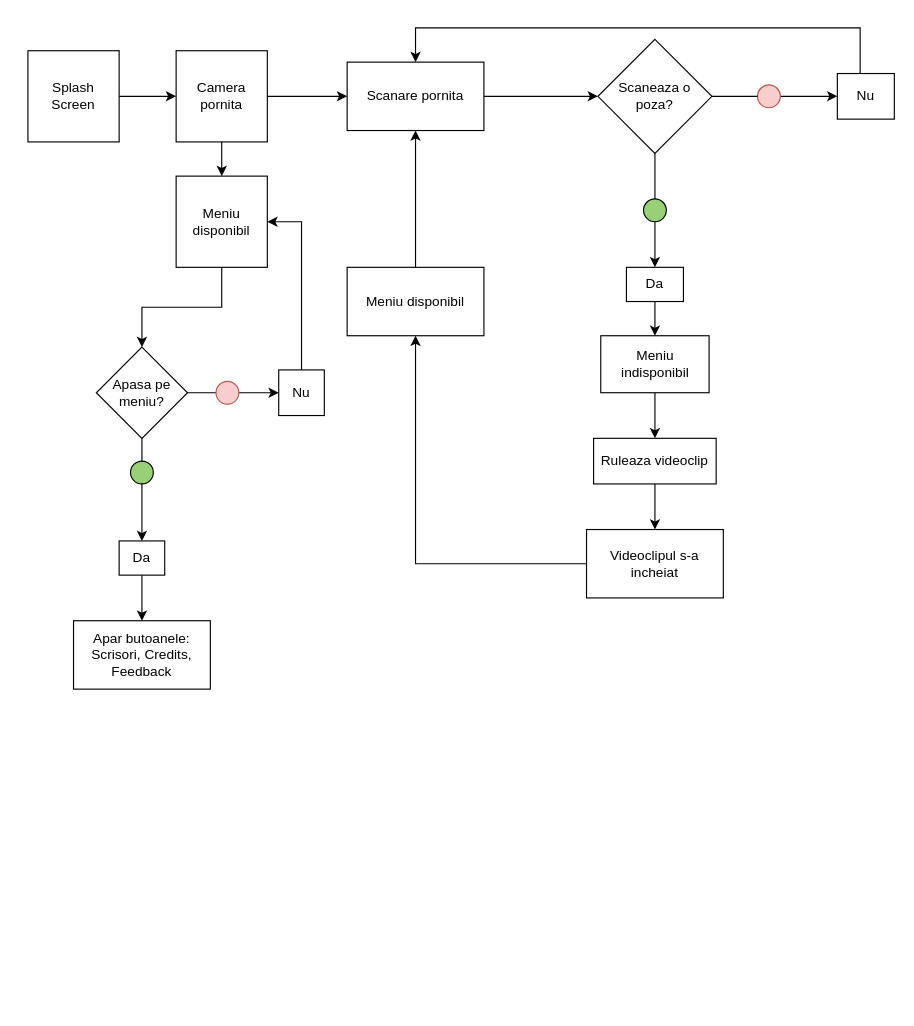
Above: AppLogic Schema.drawio in pNk787/pNk787 (draw.io), before the change. Source tidied: cells renumbered, new cells numbered last; positions are measured from the earlier drawing's top-left corner, leaving out a move shared by most shapes. Both pictures are drawn from the tidied source at 114%, with x=0, y=0 at pixel (27, 27).
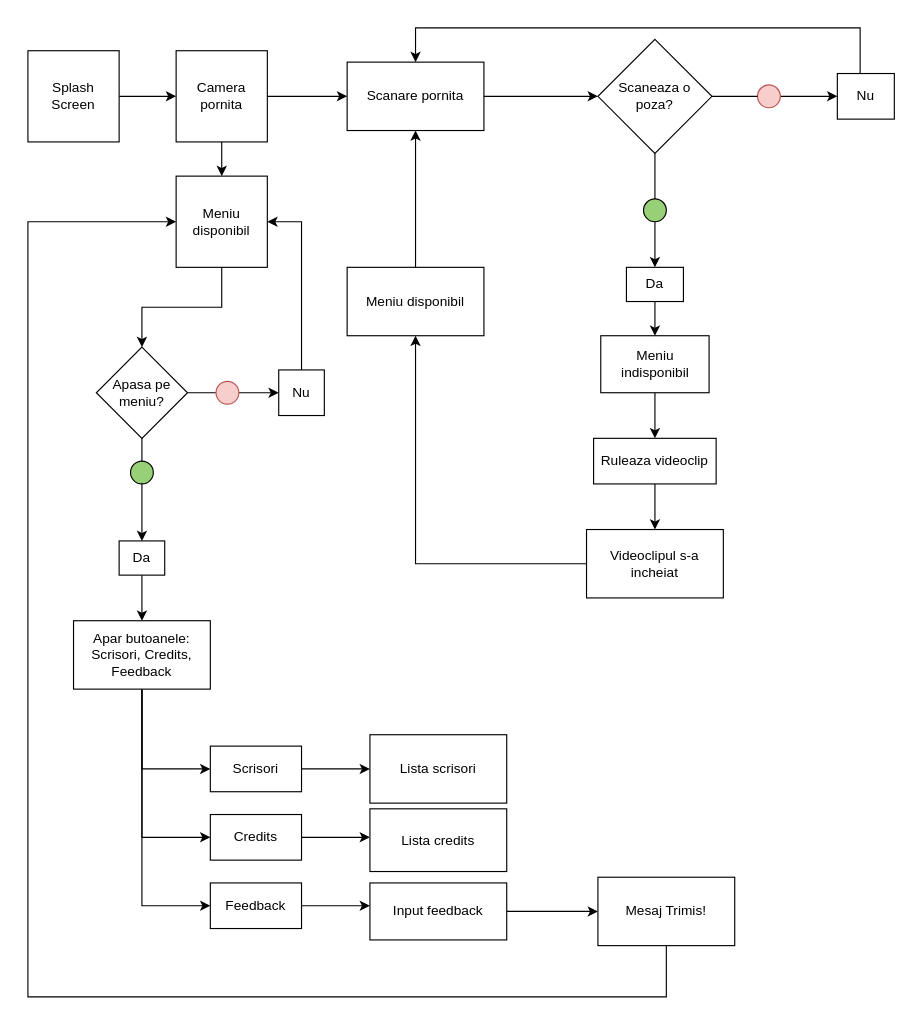
Above is the later version.

The change refers to these unchanged cells:
```xml
<mxCell id="22" value="Meniu disponibil" style="whiteSpace=wrap;html=1;" parent="1" vertex="1">
  <mxGeometry x="130" y="130" width="80" height="80" as="geometry" />
</mxCell>
<mxCell id="38" value="Apar butoanele:&lt;br&gt;Scrisori, Credits, Feedback" style="whiteSpace=wrap;html=1;" parent="1" vertex="1">
  <mxGeometry x="40" y="520" width="120" height="60" as="geometry" />
</mxCell>
```

The edit, as a diff of the source:
```diff
@@
+    <mxCell id="43" style="edgeStyle=orthogonalEdgeStyle;rounded=0;jettySize=auto;html=1;" parent="1" edge="1" source="38" target="47">
+      <mxGeometry relative="1" as="geometry">
+        <Array as="points">
+          <mxPoint x="100" y="650" />
+        </Array>
+      </mxGeometry>
+    </mxCell>
+    <mxCell id="44" style="edgeStyle=orthogonalEdgeStyle;rounded=0;jettySize=auto;html=1;entryX=0;entryY=0.5;entryDx=0;entryDy=0;" parent="1" edge="1" source="38" target="49">
+      <mxGeometry relative="1" as="geometry" />
+    </mxCell>
+    <mxCell id="45" style="edgeStyle=orthogonalEdgeStyle;rounded=0;jettySize=auto;html=1;entryX=0;entryY=0.5;entryDx=0;entryDy=0;" parent="1" edge="1" source="38" target="51">
+      <mxGeometry relative="1" as="geometry" />
+    </mxCell>
@@
+    <mxCell id="46" style="edgeStyle=orthogonalEdgeStyle;rounded=0;jettySize=auto;html=1;" parent="1" edge="1" source="47" target="52">
+      <mxGeometry relative="1" as="geometry" />
+    </mxCell>
+    <mxCell id="47" value="Scrisori" style="whiteSpace=wrap;html=1;" parent="1" vertex="1">
+      <mxGeometry x="160" y="630" width="80" height="40" as="geometry" />
+    </mxCell>
+    <mxCell id="48" style="edgeStyle=orthogonalEdgeStyle;rounded=0;jettySize=auto;html=1;" parent="1" edge="1" source="49" target="53">
+      <mxGeometry relative="1" as="geometry">
+        <Array as="points">
+          <mxPoint x="280" y="710" />
+          <mxPoint x="280" y="710" />
+        </Array>
+      </mxGeometry>
+    </mxCell>
+    <mxCell id="49" value="Credits" style="whiteSpace=wrap;html=1;" parent="1" vertex="1">
+      <mxGeometry x="160" y="690" width="80" height="40" as="geometry" />
+    </mxCell>
+    <mxCell id="50" style="edgeStyle=orthogonalEdgeStyle;rounded=0;jettySize=auto;html=1;" parent="1" edge="1" source="51" target="55">
+      <mxGeometry relative="1" as="geometry">
+        <Array as="points">
+          <mxPoint x="290" y="770" />
+          <mxPoint x="290" y="770" />
+        </Array>
+      </mxGeometry>
+    </mxCell>
+    <mxCell id="51" value="Feedback" style="whiteSpace=wrap;html=1;" parent="1" vertex="1">
+      <mxGeometry x="160" y="750" width="80" height="40" as="geometry" />
+    </mxCell>
+    <mxCell id="52" value="Lista scrisori" style="whiteSpace=wrap;html=1;" parent="1" vertex="1">
+      <mxGeometry x="300" y="620" width="120" height="60" as="geometry" />
+    </mxCell>
+    <mxCell id="53" value="Lista credits" style="whiteSpace=wrap;html=1;" parent="1" vertex="1">
+      <mxGeometry x="300" y="685" width="120" height="55" as="geometry" />
+    </mxCell>
+    <mxCell id="54" style="edgeStyle=orthogonalEdgeStyle;rounded=0;jettySize=auto;html=1;" parent="1" edge="1" source="55" target="57">
+      <mxGeometry relative="1" as="geometry" />
+    </mxCell>
+    <mxCell id="55" value="Input feedback" style="whiteSpace=wrap;html=1;" parent="1" vertex="1">
+      <mxGeometry x="300" y="750" width="120" height="50" as="geometry" />
+    </mxCell>
+    <mxCell id="56" style="edgeStyle=orthogonalEdgeStyle;rounded=0;jettySize=auto;html=1;entryX=0;entryY=0.5;entryDx=0;entryDy=0;" parent="1" edge="1" source="57" target="22">
+      <mxGeometry relative="1" as="geometry">
+        <Array as="points">
+          <mxPoint x="560" y="850" />
+          <mxPoint y="850" />
+          <mxPoint y="170" />
+        </Array>
+      </mxGeometry>
+    </mxCell>
+    <mxCell id="57" value="Mesaj Trimis!" style="whiteSpace=wrap;html=1;" parent="1" vertex="1">
+      <mxGeometry x="500" y="745" width="120" height="60" as="geometry" />
+    </mxCell>
```
